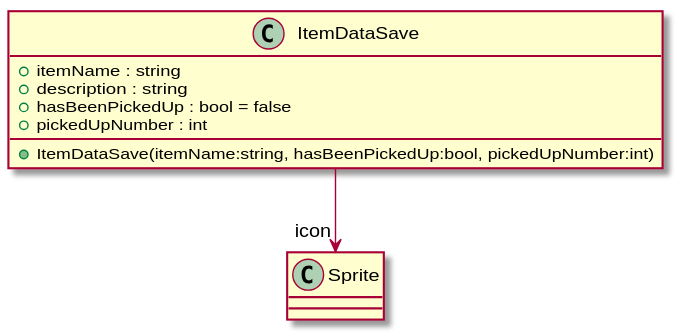
Above: UML/Inventory/ItemDataSave.svg in robinsuurs/Mallow_Mysterie (PlantUML), before the change. Its diagram source:
```plantuml
@startuml
class ItemDataSave {
    + itemName : string
    + description : string
    + hasBeenPickedUp : bool = false
    + pickedUpNumber : int
    + ItemDataSave(itemName:string, hasBeenPickedUp:bool, pickedUpNumber:int)
}
ItemDataSave --> "icon" Sprite
@enduml
```
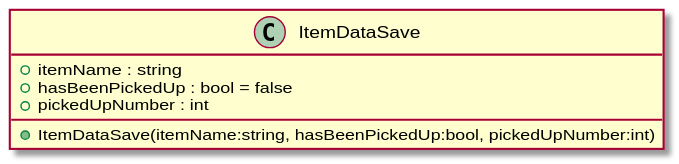
The same diagram one commit later.

What changed in the source:
```diff
@@ -1,10 +1,8 @@
 @startuml
 class ItemDataSave {
     + itemName : string
-    + description : string
     + hasBeenPickedUp : bool = false
     + pickedUpNumber : int
     + ItemDataSave(itemName:string, hasBeenPickedUp:bool, pickedUpNumber:int)
 }
-ItemDataSave --> "icon" Sprite
 @enduml
```
